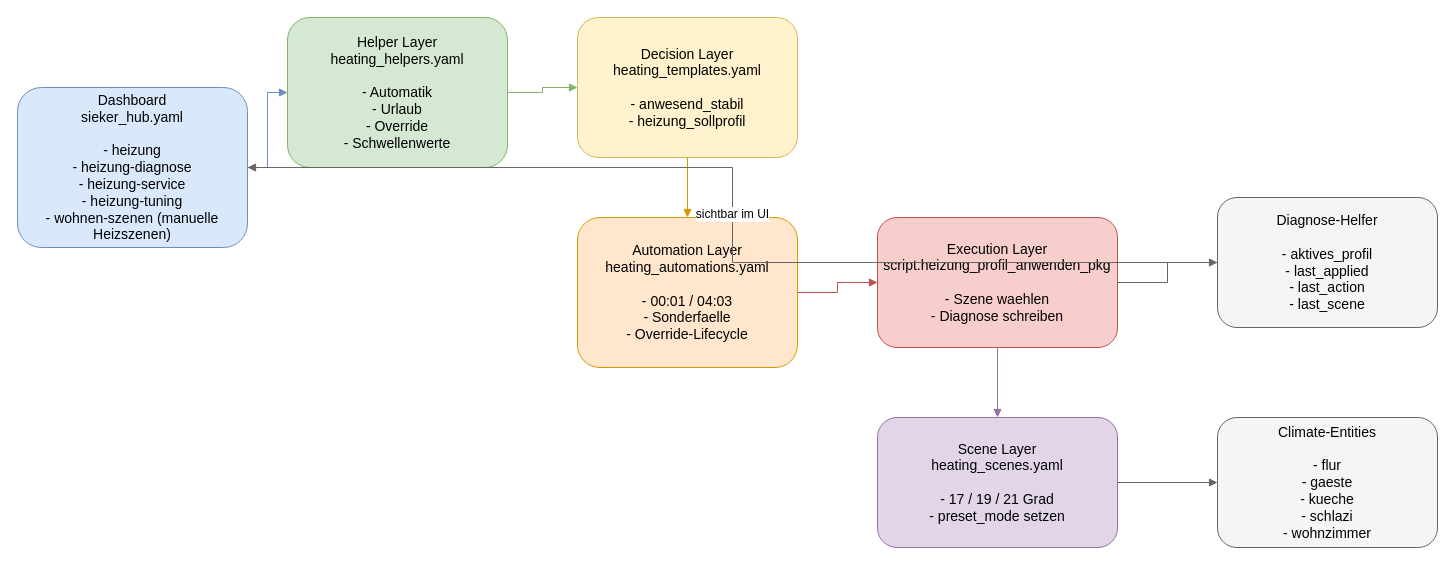
Earlier version of the draw.io diagram page "Gesamtuebersicht" (1 of 3) of _ha_dokumentation/heating/heating_app_flows.drawio (treviris53/Codex). Source tidied: cells renumbered, new cells numbered last; positions are measured from the earlier drawing's top-left corner, leaving out a move shared by most shapes. Both pictures are drawn from the tidied source at 100%, with x=0, y=0 at pixel (17, 17).
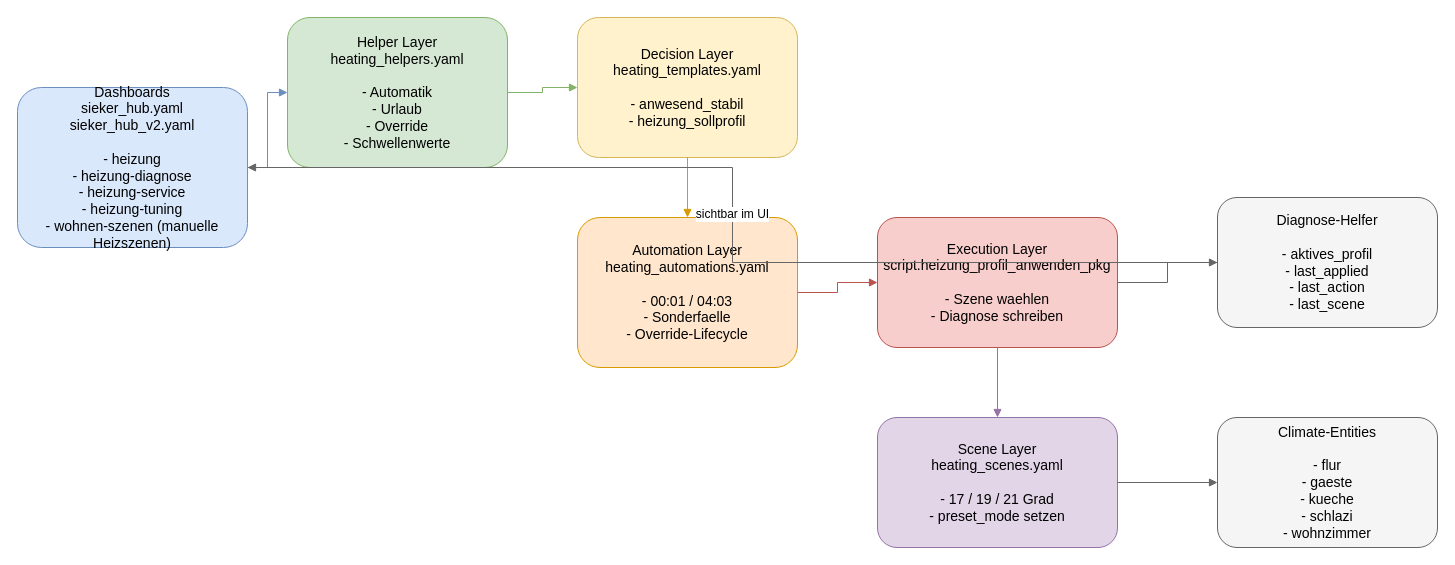
Above is the later version.

Commit message (it also covers changes not shown here):
Sieker_Hub_V2: heating module added

Diff of the diagram source:
```diff
@@
 <mxGraphModel>
   <root>
     <mxCell id="0" />
     <mxCell id="1" parent="0" />
-    <mxCell id="2" value="Dashboard&#10;sieker_hub.yaml&#10;&#10;- heizung&#10;- heizung-diagnose&#10;- heizung-service&#10;- heizung-tuning&#10;- wohnen-szenen (manuelle Heizszenen)" style="rounded=1;whiteSpace=wrap;html=1;fillColor=#dae8fc;strokeColor=#6c8ebf;fontSize=14;" parent="1" vertex="1">
+    <mxCell id="2" value="Dashboards&#10;sieker_hub.yaml&#10;sieker_hub_v2.yaml&#10;&#10;- heizung&#10;- heizung-diagnose&#10;- heizung-service&#10;- heizung-tuning&#10;- wohnen-szenen (manuelle Heizszenen)" style="rounded=1;whiteSpace=wrap;html=1;fillColor=#dae8fc;strokeColor=#6c8ebf;fontSize=14;" parent="1" vertex="1">
       <mxGeometry y="70" width="230" height="160" as="geometry" />
     </mxCell>
     <mxCell id="3" value="Helper Layer&#10;heating_helpers.yaml&#10;&#10;- Automatik&#10;- Urlaub&#10;- Override&#10;- Schwellenwerte" style="rounded=1;whiteSpace=wrap;html=1;fillColor=#d5e8d4;strokeColor=#82b366;fontSize=14;" parent="1" vertex="1">
       <mxGeometry x="270" width="220" height="150" as="geometry" />
     </mxCell>
     <mxCell id="4" value="Decision Layer&#10;heating_templates.yaml&#10;&#10;- anwesend_stabil&#10;- heizung_sollprofil" style="rounded=1;whiteSpace=wrap;html=1;fillColor=#fff2cc;strokeColor=#d6b656;fontSize=14;" parent="1" vertex="1">
       <mxGeometry x="560" width="220" height="140" as="geometry" />
     </mxCell>
     <mxCell id="5" value="Automation Layer&#10;heating_automations.yaml&#10;&#10;- 00:01 / 04:03&#10;- Sonderfaelle&#10;- Override-Lifecycle" style="rounded=1;whiteSpace=wrap;html=1;fillColor=#ffe6cc;strokeColor=#d79b00;fontSize=14;" parent="1" vertex="1">
       <mxGeometry x="560" y="200" width="220" height="150" as="geometry" />
     </mxCell>
     <mxCell id="6" value="Execution Layer&#10;script.heizung_profil_anwenden_pkg&#10;&#10;- Szene waehlen&#10;- Diagnose schreiben" style="rounded=1;whiteSpace=wrap;html=1;fillColor=#f8cecc;strokeColor=#b85450;fontSize=14;" parent="1" vertex="1">
       <mxGeometry x="860" y="200" width="240" height="130" as="geometry" />
     </mxCell>
     <mxCell id="7" value="Scene Layer&#10;heating_scenes.yaml&#10;&#10;- 17 / 19 / 21 Grad&#10;- preset_mode setzen" style="rounded=1;whiteSpace=wrap;html=1;fillColor=#e1d5e7;strokeColor=#9673a6;fontSize=14;" parent="1" vertex="1">
       <mxGeometry x="860" y="400" width="240" height="130" as="geometry" />
     </mxCell>
     <mxCell id="8" value="Climate-Entities&#10;&#10;- flur&#10;- gaeste&#10;- kueche&#10;- schlazi&#10;- wohnzimmer" style="rounded=1;whiteSpace=wrap;html=1;fillColor=#f5f5f5;strokeColor=#666666;fontSize=14;" parent="1" vertex="1">
       <mxGeometry x="1200" y="400" width="220" height="130" as="geometry" />
     </mxCell>
     <mxCell id="9" value="Diagnose-Helfer&#10;&#10;- aktives_profil&#10;- last_applied&#10;- last_action&#10;- last_scene" style="rounded=1;whiteSpace=wrap;html=1;fillColor=#f5f5f5;strokeColor=#666666;fontSize=14;" parent="1" vertex="1">
       <mxGeometry x="1200" y="180" width="220" height="130" as="geometry" />
     </mxCell>
     <mxCell id="10" style="edgeStyle=orthogonalEdgeStyle;rounded=0;html=1;endArrow=block;strokeColor=#6c8ebf;" parent="1" edge="1" source="2" target="3">
       <mxGeometry relative="1" as="geometry" />
     </mxCell>
     <mxCell id="11" style="edgeStyle=orthogonalEdgeStyle;rounded=0;html=1;endArrow=block;strokeColor=#82b366;" parent="1" edge="1" source="3" target="4">
       <mxGeometry relative="1" as="geometry" />
     </mxCell>
     <mxCell id="12" style="edgeStyle=orthogonalEdgeStyle;rounded=0;html=1;endArrow=block;strokeColor=#d79b00;" parent="1" edge="1" source="4" target="5">
       <mxGeometry relative="1" as="geometry" />
     </mxCell>
     <mxCell id="13" style="edgeStyle=orthogonalEdgeStyle;rounded=0;html=1;endArrow=block;strokeColor=#b85450;" parent="1" edge="1" source="5" target="6">
       <mxGeometry relative="1" as="geometry" />
     </mxCell>
     <mxCell id="14" style="edgeStyle=orthogonalEdgeStyle;rounded=0;html=1;endArrow=block;strokeColor=#9673a6;" parent="1" edge="1" source="6" target="7">
       <mxGeometry relative="1" as="geometry" />
     </mxCell>
     <mxCell id="15" style="edgeStyle=orthogonalEdgeStyle;rounded=0;html=1;endArrow=block;strokeColor=#666666;" parent="1" edge="1" source="7" target="8">
       <mxGeometry relative="1" as="geometry" />
     </mxCell>
     <mxCell id="16" style="edgeStyle=orthogonalEdgeStyle;rounded=0;html=1;endArrow=block;strokeColor=#666666;" parent="1" edge="1" source="6" target="9">
       <mxGeometry relative="1" as="geometry" />
     </mxCell>
     <mxCell id="17" value="sichtbar im UI" style="edgeStyle=orthogonalEdgeStyle;rounded=0;html=1;endArrow=block;strokeColor=#666666;fontSize=12;" parent="1" edge="1" source="9" target="2">
       <mxGeometry relative="1" as="geometry" />
     </mxCell>
   </root>
 </mxGraphModel>
```
